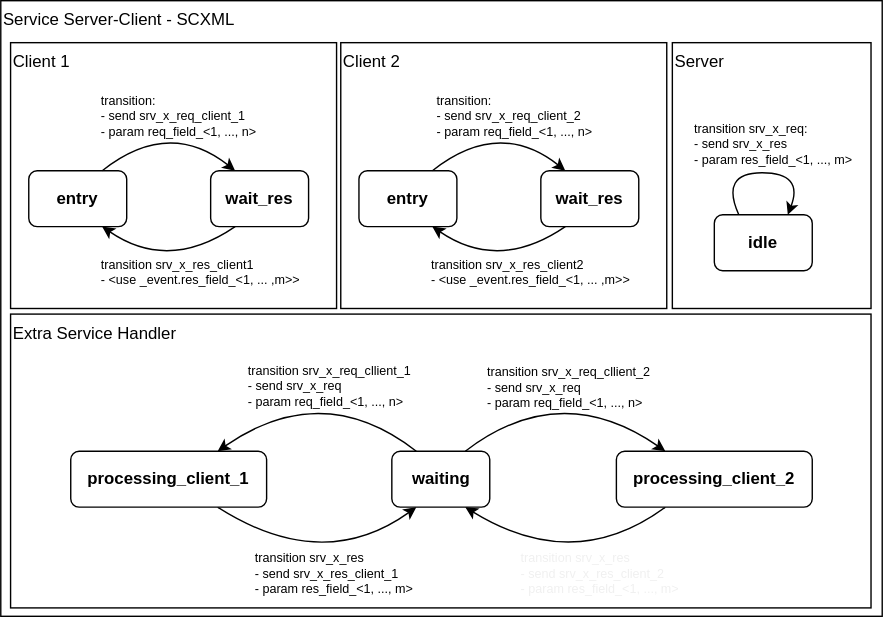
The draw.io diagram docs/source/graphics/ros_service_to_scxml.drawio.svg in convince-project/AS2FM, before a commit. Source tidied: cells renumbered, new cells last; positions are measured from the earlier drawing's top-left corner, leaving out a move shared by most shapes. The source it was exported from:
```xml
<mxGraphModel>
  <root>
    <mxCell id="0" />
    <mxCell id="1" parent="0" />
    <mxCell id="2" value="Service Server-Client - SCXML" style="rounded=0;whiteSpace=wrap;html=1;labelPosition=center;verticalLabelPosition=middle;align=left;verticalAlign=top;" parent="1" vertex="1">
      <mxGeometry width="630" height="440" as="geometry" />
    </mxCell>
    <mxCell id="3" value="Extra Service Handler" style="rounded=0;whiteSpace=wrap;html=1;labelPosition=center;verticalLabelPosition=middle;align=left;verticalAlign=top;" parent="1" vertex="1">
      <mxGeometry x="7" y="224" width="615" height="210" as="geometry" />
    </mxCell>
    <mxCell id="4" value="&lt;span style=&quot;&quot;&gt;transition srv_x_req_cllient_2&lt;/span&gt;&lt;br style=&quot;&quot;&gt;&lt;span style=&quot;&quot;&gt;- send srv_x_req&lt;/span&gt;&lt;br style=&quot;&quot;&gt;&lt;div style=&quot;&quot;&gt;&amp;nbsp; - param req_field_&amp;lt;1, ..., n&amp;gt;&lt;/div&gt;" style="edgeStyle=none;curved=1;html=1;exitX=0.75;exitY=0;exitDx=0;exitDy=0;entryX=0.25;entryY=0;entryDx=0;entryDy=0;fontSize=9;align=left;" parent="1" edge="1" source="6" target="10">
      <mxGeometry x="-0.57" y="27" relative="1" as="geometry">
        <Array as="points">
          <mxPoint x="400" y="270" />
        </Array>
      </mxGeometry>
    </mxCell>
    <mxCell id="5" value="transition srv_x_req_cllient_1&lt;br&gt;- send srv_x_req&lt;br&gt;&lt;div style=&quot;&quot;&gt;&amp;nbsp; - param req_field_&amp;lt;1, ..., n&amp;gt;&lt;/div&gt;" style="edgeStyle=none;curved=1;html=1;exitX=0.25;exitY=0;exitDx=0;exitDy=0;entryX=0.75;entryY=0;entryDx=0;entryDy=0;fontSize=9;align=left;" parent="1" edge="1" source="6" target="8">
      <mxGeometry x="0.52" y="-26" relative="1" as="geometry">
        <Array as="points">
          <mxPoint x="230" y="270" />
        </Array>
      </mxGeometry>
    </mxCell>
    <mxCell id="6" value="&lt;b&gt;waiting&lt;/b&gt;" style="rounded=1;whiteSpace=wrap;html=1;align=center;" parent="1" vertex="1">
      <mxGeometry x="279.5" y="322" width="70" height="40" as="geometry" />
    </mxCell>
    <mxCell id="7" value="&lt;div style=&quot;&quot;&gt;transition srv_x_res&lt;/div&gt;&lt;div style=&quot;&quot;&gt;- send srv_x_res_client_1&lt;/div&gt;&lt;div style=&quot;&quot;&gt;&amp;nbsp; - param res_field_&amp;lt;1, ..., m&amp;gt;&lt;/div&gt;" style="edgeStyle=none;curved=1;html=1;exitX=0.75;exitY=1;exitDx=0;exitDy=0;entryX=0.25;entryY=1;entryDx=0;entryDy=0;fontSize=9;align=left;" parent="1" edge="1" source="8" target="6">
      <mxGeometry x="-0.45" y="-27" relative="1" as="geometry">
        <Array as="points">
          <mxPoint x="230" y="410" />
        </Array>
      </mxGeometry>
    </mxCell>
    <mxCell id="8" value="&lt;b&gt;processing_client_1&lt;/b&gt;" style="rounded=1;whiteSpace=wrap;html=1;align=center;" parent="1" vertex="1">
      <mxGeometry x="50" y="322" width="140" height="40" as="geometry" />
    </mxCell>
    <mxCell id="9" value="&lt;div style=&quot;border-color: rgb(0, 0, 0); color: rgb(240, 240, 240); font-family: Helvetica; font-size: 9px; font-style: normal; font-variant-ligatures: normal; font-variant-caps: normal; font-weight: 400; letter-spacing: normal; orphans: 2; text-indent: 0px; text-transform: none; widows: 2; word-spacing: 0px; -webkit-text-stroke-width: 0px; text-decoration-thickness: initial; text-decoration-style: initial; text-decoration-color: initial;&quot;&gt;transition srv_x_res&lt;/div&gt;&lt;div style=&quot;border-color: rgb(0, 0, 0); color: rgb(240, 240, 240); font-family: Helvetica; font-size: 9px; font-style: normal; font-variant-ligatures: normal; font-variant-caps: normal; font-weight: 400; letter-spacing: normal; orphans: 2; text-indent: 0px; text-transform: none; widows: 2; word-spacing: 0px; -webkit-text-stroke-width: 0px; text-decoration-thickness: initial; text-decoration-style: initial; text-decoration-color: initial;&quot;&gt;- send srv_x_res_client_2&lt;/div&gt;&lt;div style=&quot;border-color: rgb(0, 0, 0); color: rgb(240, 240, 240); font-family: Helvetica; font-size: 9px; font-style: normal; font-variant-ligatures: normal; font-variant-caps: normal; font-weight: 400; letter-spacing: normal; orphans: 2; text-indent: 0px; text-transform: none; widows: 2; word-spacing: 0px; -webkit-text-stroke-width: 0px; text-decoration-thickness: initial; text-decoration-style: initial; text-decoration-color: initial;&quot;&gt;&amp;nbsp; - param res_field_&amp;lt;1, ..., m&amp;gt;&lt;/div&gt;" style="edgeStyle=none;curved=1;html=1;exitX=0.25;exitY=1;exitDx=0;exitDy=0;entryX=0.75;entryY=1;entryDx=0;entryDy=0;fontSize=9;align=left;" parent="1" edge="1" source="10" target="6">
      <mxGeometry x="0.33" y="21" relative="1" as="geometry">
        <Array as="points">
          <mxPoint x="410" y="410" />
        </Array>
      </mxGeometry>
    </mxCell>
    <mxCell id="10" value="&lt;b&gt;processing_client_2&lt;/b&gt;" style="rounded=1;whiteSpace=wrap;html=1;align=center;" parent="1" vertex="1">
      <mxGeometry x="440" y="322" width="140" height="40" as="geometry" />
    </mxCell>
    <mxCell id="11" value="Server" style="rounded=0;whiteSpace=wrap;html=1;labelPosition=center;verticalLabelPosition=middle;align=left;verticalAlign=top;" parent="1" vertex="1">
      <mxGeometry x="480" y="30" width="142" height="190" as="geometry" />
    </mxCell>
    <mxCell id="12" value="&lt;b&gt;idle&lt;/b&gt;" style="rounded=1;whiteSpace=wrap;html=1;align=center;" parent="1" vertex="1">
      <mxGeometry x="510" y="153" width="70" height="40" as="geometry" />
    </mxCell>
    <mxCell id="13" value="transition srv_x_req:&lt;br style=&quot;font-size: 9px;&quot;&gt;&lt;div style=&quot;font-size: 9px;&quot;&gt;- send srv_x_res&lt;/div&gt;&lt;div style=&quot;font-size: 9px;&quot;&gt;&amp;nbsp; - param res_field_&amp;lt;1, ..., m&amp;gt;&lt;/div&gt;" style="endArrow=classic;html=1;entryX=0.75;entryY=0;entryDx=0;entryDy=0;curved=1;align=left;exitX=0.25;exitY=0;exitDx=0;exitDy=0;fontSize=9;" parent="1" edge="1" source="12" target="12">
      <mxGeometry x="-0.47" y="28" relative="1" as="geometry">
        <Array as="points">
          <mxPoint x="514" y="123" />
          <mxPoint x="574" y="123" />
        </Array>
        <mxPoint x="-20" y="8" as="offset" />
      </mxGeometry>
    </mxCell>
    <mxCell id="14" value="Client 2" style="rounded=0;whiteSpace=wrap;html=1;labelPosition=center;verticalLabelPosition=middle;align=left;verticalAlign=top;" parent="1" vertex="1">
      <mxGeometry x="243" y="30" width="233" height="190" as="geometry" />
    </mxCell>
    <mxCell id="15" value="&lt;b&gt;entry&lt;/b&gt;" style="rounded=1;whiteSpace=wrap;html=1;align=center;" parent="1" vertex="1">
      <mxGeometry x="256" y="121.5" width="70" height="40" as="geometry" />
    </mxCell>
    <mxCell id="16" value="&lt;div style=&quot;&quot;&gt;transition srv_x_res_client2&lt;/div&gt;&lt;div style=&quot;&quot;&gt;&amp;nbsp; - &amp;lt;use _event.res_field_&amp;lt;1, ... ,m&amp;gt;&amp;gt;&lt;/div&gt;" style="edgeStyle=none;curved=1;html=1;exitX=0.25;exitY=1;exitDx=0;exitDy=0;entryX=0.75;entryY=1;entryDx=0;entryDy=0;fontSize=9;align=left;" parent="1" edge="1" source="17" target="15">
      <mxGeometry x="0.72" y="28" relative="1" as="geometry">
        <Array as="points">
          <mxPoint x="356" y="194" />
        </Array>
      </mxGeometry>
    </mxCell>
    <mxCell id="17" value="&lt;b&gt;wait_res&lt;/b&gt;" style="rounded=1;whiteSpace=wrap;html=1;align=center;" parent="1" vertex="1">
      <mxGeometry x="386" y="121.5" width="70" height="40" as="geometry" />
    </mxCell>
    <mxCell id="18" value="transition:&lt;br style=&quot;font-size: 9px;&quot;&gt;- send srv_x_req_client_2&lt;br style=&quot;font-size: 9px;&quot;&gt;&amp;nbsp; - param req_field_&amp;lt;1, ..., n&amp;gt;" style="edgeStyle=none;html=1;exitX=0.75;exitY=0;exitDx=0;exitDy=0;entryX=0.25;entryY=0;entryDx=0;entryDy=0;curved=1;align=left;fontSize=9;" parent="1" edge="1" source="15" target="17">
      <mxGeometry x="-0.59" y="29" relative="1" as="geometry">
        <Array as="points">
          <mxPoint x="356" y="84" />
        </Array>
      </mxGeometry>
    </mxCell>
    <mxCell id="19" value="Client 1" style="rounded=0;whiteSpace=wrap;html=1;labelPosition=center;verticalLabelPosition=middle;align=left;verticalAlign=top;" parent="1" vertex="1">
      <mxGeometry x="7" y="30" width="233" height="190" as="geometry" />
    </mxCell>
    <mxCell id="20" value="&lt;b&gt;entry&lt;/b&gt;" style="rounded=1;whiteSpace=wrap;html=1;align=center;" parent="1" vertex="1">
      <mxGeometry x="20" y="121.5" width="70" height="40" as="geometry" />
    </mxCell>
    <mxCell id="21" value="&lt;div style=&quot;&quot;&gt;transition srv_x_res_client1&lt;/div&gt;&lt;div style=&quot;&quot;&gt;&amp;nbsp; - &amp;lt;use _event.res_field_&amp;lt;1, ... ,m&amp;gt;&amp;gt;&lt;/div&gt;" style="edgeStyle=none;curved=1;html=1;exitX=0.25;exitY=1;exitDx=0;exitDy=0;entryX=0.75;entryY=1;entryDx=0;entryDy=0;fontSize=9;align=left;" parent="1" edge="1" source="22" target="20">
      <mxGeometry x="0.72" y="28" relative="1" as="geometry">
        <Array as="points">
          <mxPoint x="120" y="194" />
        </Array>
      </mxGeometry>
    </mxCell>
    <mxCell id="22" value="&lt;b&gt;wait_res&lt;/b&gt;" style="rounded=1;whiteSpace=wrap;html=1;align=center;" parent="1" vertex="1">
      <mxGeometry x="150" y="121.5" width="70" height="40" as="geometry" />
    </mxCell>
    <mxCell id="23" value="transition:&lt;br style=&quot;font-size: 9px;&quot;&gt;- send srv_x_req_client_1&lt;br style=&quot;font-size: 9px;&quot;&gt;&amp;nbsp; - param req_field_&amp;lt;1, ..., n&amp;gt;" style="edgeStyle=none;html=1;exitX=0.75;exitY=0;exitDx=0;exitDy=0;entryX=0.25;entryY=0;entryDx=0;entryDy=0;curved=1;align=left;fontSize=9;" parent="1" edge="1" source="20" target="22">
      <mxGeometry x="-0.64" y="32" relative="1" as="geometry">
        <Array as="points">
          <mxPoint x="120" y="84" />
        </Array>
      </mxGeometry>
    </mxCell>
  </root>
</mxGraphModel>
```
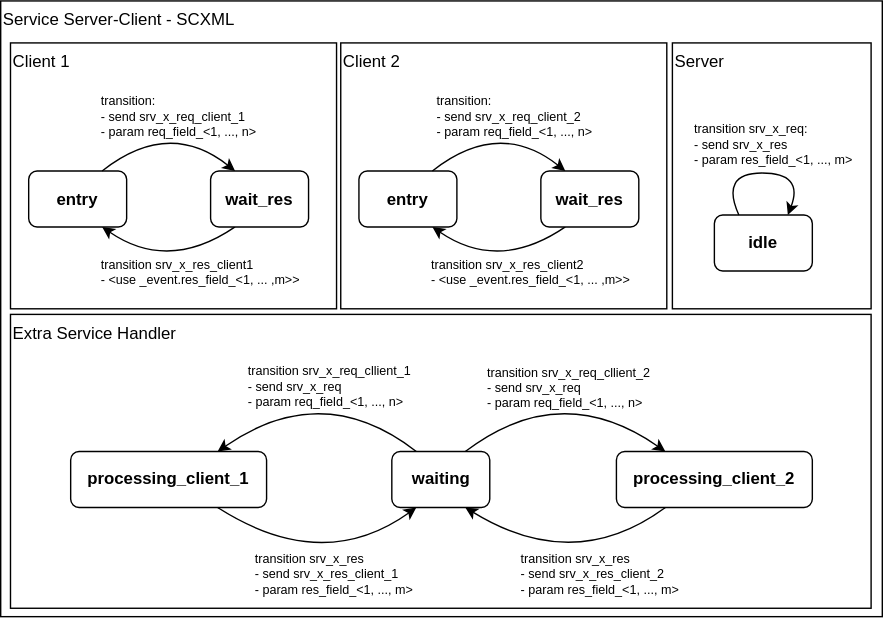
After the change.

Diff of the diagram source:
```diff
@@ -35,7 +35,7 @@
     <mxCell id="8" value="&lt;b&gt;processing_client_1&lt;/b&gt;" style="rounded=1;whiteSpace=wrap;html=1;align=center;" parent="1" vertex="1">
       <mxGeometry x="50" y="322" width="140" height="40" as="geometry" />
     </mxCell>
-    <mxCell id="9" value="&lt;div style=&quot;border-color: rgb(0, 0, 0); color: rgb(240, 240, 240); font-family: Helvetica; font-size: 9px; font-style: normal; font-variant-ligatures: normal; font-variant-caps: normal; font-weight: 400; letter-spacing: normal; orphans: 2; text-indent: 0px; text-transform: none; widows: 2; word-spacing: 0px; -webkit-text-stroke-width: 0px; text-decoration-thickness: initial; text-decoration-style: initial; text-decoration-color: initial;&quot;&gt;transition srv_x_res&lt;/div&gt;&lt;div style=&quot;border-color: rgb(0, 0, 0); color: rgb(240, 240, 240); font-family: Helvetica; font-size: 9px; font-style: normal; font-variant-ligatures: normal; font-variant-caps: normal; font-weight: 400; letter-spacing: normal; orphans: 2; text-indent: 0px; text-transform: none; widows: 2; word-spacing: 0px; -webkit-text-stroke-width: 0px; text-decoration-thickness: initial; text-decoration-style: initial; text-decoration-color: initial;&quot;&gt;- send srv_x_res_client_2&lt;/div&gt;&lt;div style=&quot;border-color: rgb(0, 0, 0); color: rgb(240, 240, 240); font-family: Helvetica; font-size: 9px; font-style: normal; font-variant-ligatures: normal; font-variant-caps: normal; font-weight: 400; letter-spacing: normal; orphans: 2; text-indent: 0px; text-transform: none; widows: 2; word-spacing: 0px; -webkit-text-stroke-width: 0px; text-decoration-thickness: initial; text-decoration-style: initial; text-decoration-color: initial;&quot;&gt;&amp;nbsp; - param res_field_&amp;lt;1, ..., m&amp;gt;&lt;/div&gt;" style="edgeStyle=none;curved=1;html=1;exitX=0.25;exitY=1;exitDx=0;exitDy=0;entryX=0.75;entryY=1;entryDx=0;entryDy=0;fontSize=9;align=left;" parent="1" edge="1" source="10" target="6">
+    <mxCell id="9" value="&lt;div style=&quot;border-color: rgb(0, 0, 0); font-family: Helvetica; font-size: 9px; font-style: normal; font-variant-ligatures: normal; font-variant-caps: normal; font-weight: 400; letter-spacing: normal; orphans: 2; text-indent: 0px; text-transform: none; widows: 2; word-spacing: 0px; -webkit-text-stroke-width: 0px; text-decoration-thickness: initial; text-decoration-style: initial; text-decoration-color: initial;&quot;&gt;transition srv_x_res&lt;/div&gt;&lt;div style=&quot;border-color: rgb(0, 0, 0); font-family: Helvetica; font-size: 9px; font-style: normal; font-variant-ligatures: normal; font-variant-caps: normal; font-weight: 400; letter-spacing: normal; orphans: 2; text-indent: 0px; text-transform: none; widows: 2; word-spacing: 0px; -webkit-text-stroke-width: 0px; text-decoration-thickness: initial; text-decoration-style: initial; text-decoration-color: initial;&quot;&gt;- send srv_x_res_client_2&lt;/div&gt;&lt;div style=&quot;border-color: rgb(0, 0, 0); font-family: Helvetica; font-size: 9px; font-style: normal; font-variant-ligatures: normal; font-variant-caps: normal; font-weight: 400; letter-spacing: normal; orphans: 2; text-indent: 0px; text-transform: none; widows: 2; word-spacing: 0px; -webkit-text-stroke-width: 0px; text-decoration-thickness: initial; text-decoration-style: initial; text-decoration-color: initial;&quot;&gt;&amp;nbsp; - param res_field_&amp;lt;1, ..., m&amp;gt;&lt;/div&gt;" style="edgeStyle=none;curved=1;html=1;exitX=0.25;exitY=1;exitDx=0;exitDy=0;entryX=0.75;entryY=1;entryDx=0;entryDy=0;fontSize=9;align=left;fontColor=default;" parent="1" edge="1" source="10" target="6">
       <mxGeometry x="0.33" y="21" relative="1" as="geometry">
         <Array as="points">
           <mxPoint x="410" y="410" />
```
